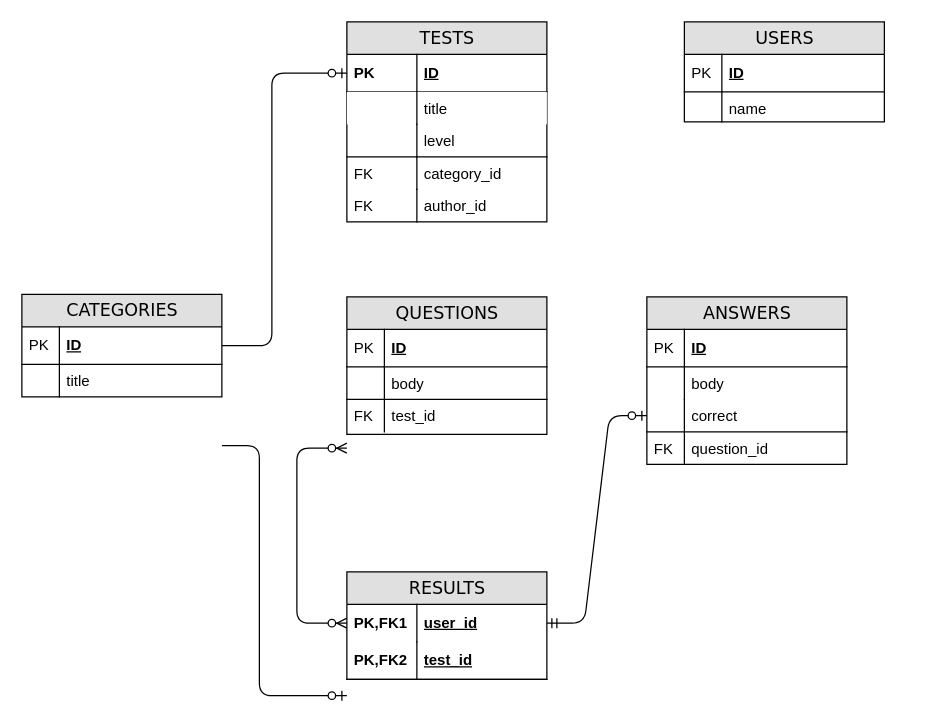
skvortsovvg/TestGuru keeps this draw.io diagram as public/Untitled Diagram.drawio. Above is the earlier version. Source tidied: cells renumbered, new cells numbered last; positions are measured from the earlier drawing's top-left corner, leaving out a move shared by most shapes. Both pictures are drawn from the tidied source at 125%, with x=0, y=0 at pixel (21, 21).
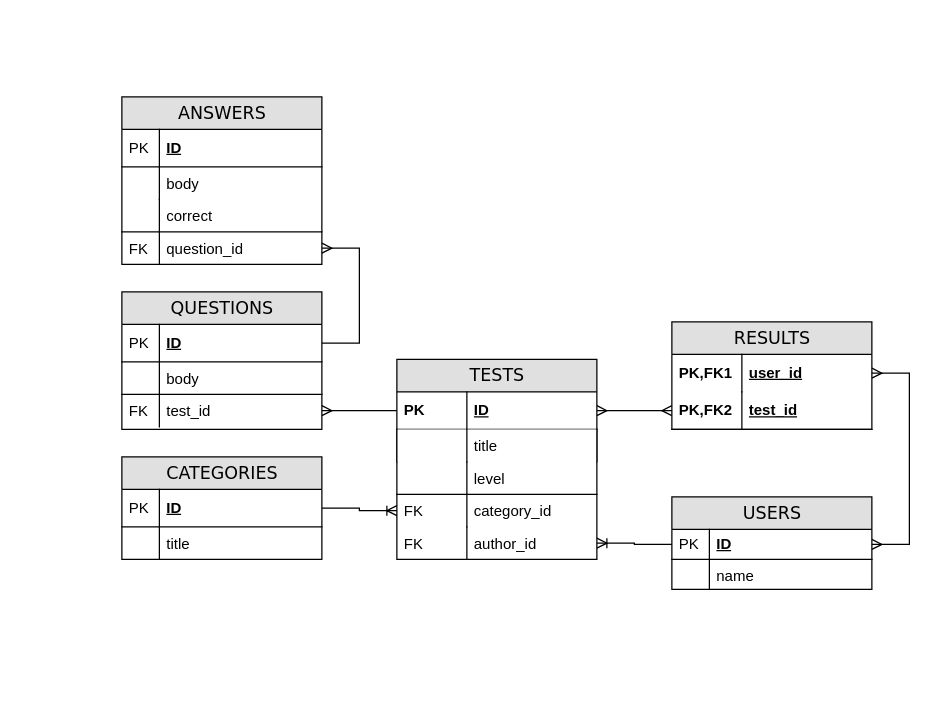
The same diagram, later.

Unchanged cells that the change refers to:
```xml
<mxCell id="3" value="ID" style="shape=partialRectangle;top=0;left=0;right=0;bottom=1;html=1;align=left;verticalAlign=middle;fillColor=none;spacingLeft=60;spacingRight=4;whiteSpace=wrap;overflow=hidden;points=[[0,0.5],[1,0.5]];portConstraint=eastwest;fontStyle=5;shadow=0;sketch=0;" parent="2" vertex="1">
  <mxGeometry y="26" width="160" height="30" as="geometry" />
</mxCell>
<mxCell id="9" value="category_id" style="shape=partialRectangle;top=0;left=0;right=0;bottom=0;html=1;align=left;verticalAlign=top;fillColor=none;spacingLeft=60;spacingRight=4;whiteSpace=wrap;overflow=hidden;points=[[0,0.5],[1,0.5]];portConstraint=eastwest;" parent="2" vertex="1">
  <mxGeometry y="108" width="160" height="26" as="geometry" />
</mxCell>
<mxCell id="11" value="author_id" style="shape=partialRectangle;top=0;left=0;right=0;bottom=0;html=1;align=left;verticalAlign=top;fillColor=none;spacingLeft=60;spacingRight=4;whiteSpace=wrap;overflow=hidden;points=[[0,0.5],[1,0.5]];portConstraint=eastwest;" parent="2" vertex="1">
  <mxGeometry y="134" width="160" height="26" as="geometry" />
</mxCell>
<mxCell id="19" value="ID" style="shape=partialRectangle;top=0;left=0;right=0;bottom=1;html=1;align=left;verticalAlign=middle;fillColor=none;spacingLeft=34;spacingRight=4;whiteSpace=wrap;overflow=hidden;points=[[0,0.5],[1,0.5]];portConstraint=eastwest;fontStyle=5;" parent="18" vertex="1">
  <mxGeometry y="26" width="160" height="30" as="geometry" />
</mxCell>
<mxCell id="23" value="test_id" style="shape=partialRectangle;top=1;left=0;right=0;bottom=0;html=1;align=left;verticalAlign=top;fillColor=none;spacingLeft=34;spacingRight=4;whiteSpace=wrap;overflow=hidden;points=[[0,0.5],[1,0.5]];portConstraint=eastwest;" parent="18" vertex="1">
  <mxGeometry y="82" width="160" height="26" as="geometry" />
</mxCell>
<mxCell id="30" value="correct&lt;br&gt;" style="shape=partialRectangle;top=0;left=0;right=0;bottom=0;html=1;align=left;verticalAlign=top;fillColor=none;spacingLeft=34;spacingRight=4;whiteSpace=wrap;overflow=hidden;points=[[0,0.5],[1,0.5]];portConstraint=eastwest;" parent="25" vertex="1">
  <mxGeometry y="82" width="160" height="26" as="geometry" />
</mxCell>
<mxCell id="32" value="question_id" style="shape=partialRectangle;top=1;left=0;right=0;bottom=0;html=1;align=left;verticalAlign=top;fillColor=none;spacingLeft=34;spacingRight=4;whiteSpace=wrap;overflow=hidden;points=[[0,0.5],[1,0.5]];portConstraint=eastwest;" parent="25" vertex="1">
  <mxGeometry y="108" width="160" height="26" as="geometry" />
</mxCell>
<mxCell id="35" value="user_id" style="shape=partialRectangle;top=0;left=0;right=0;bottom=0;html=1;align=left;verticalAlign=middle;fillColor=none;spacingLeft=60;spacingRight=4;whiteSpace=wrap;overflow=hidden;points=[[0,0.5],[1,0.5]];portConstraint=eastwest;fontStyle=5;" parent="34" vertex="1">
  <mxGeometry y="26" width="160" height="30" as="geometry" />
</mxCell>
<mxCell id="37" value="test_id" style="shape=partialRectangle;top=0;left=0;right=0;bottom=1;html=1;align=left;verticalAlign=middle;fillColor=none;spacingLeft=60;spacingRight=4;whiteSpace=wrap;overflow=hidden;points=[[0,0.5],[1,0.5]];portConstraint=eastwest;fontStyle=5;" parent="34" vertex="1">
  <mxGeometry y="56" width="160" height="30" as="geometry" />
</mxCell>
<mxCell id="42" value="ID" style="shape=partialRectangle;top=0;left=0;right=0;bottom=1;html=1;align=left;verticalAlign=middle;fillColor=none;spacingLeft=34;spacingRight=4;whiteSpace=wrap;overflow=hidden;points=[[0,0.5],[1,0.5]];portConstraint=eastwest;fontStyle=5;" parent="41" vertex="1">
  <mxGeometry y="26" width="160" height="30" as="geometry" />
</mxCell>
```

The edit, as a diff of the source:
```diff
@@
     <mxCell id="2" value="TESTS" style="swimlane;html=1;fontStyle=0;horizontal=1;startSize=26;fillColor=#e0e0e0;swimlaneFillColor=#ffffff;align=center;rounded=0;shadow=0;comic=0;labelBackgroundColor=none;strokeWidth=1;fontFamily=Verdana;fontSize=14;" parent="1" vertex="1">
-      <mxGeometry x="260" width="160" height="160" as="geometry" />
+      <mxGeometry x="300" y="270" width="160" height="160" as="geometry" />
     </mxCell>
@@
-    <mxCell id="5" value="title" style="shape=partialRectangle;top=0;left=0;right=0;bottom=0;html=1;align=left;verticalAlign=top;fillColor=default;spacingLeft=60;spacingRight=4;whiteSpace=wrap;overflow=hidden;strokeColor=default;" parent="2" vertex="1">
+    <mxCell id="5" value="title" style="shape=partialRectangle;top=0;left=1;right=1;bottom=0;html=1;align=left;verticalAlign=top;fillColor=default;spacingLeft=60;spacingRight=4;whiteSpace=wrap;overflow=hidden;strokeColor=default;" parent="2" vertex="1">
       <mxGeometry y="56" width="160" height="26" as="geometry" />
     </mxCell>
@@
     <mxCell id="13" value="USERS" style="swimlane;html=1;fontStyle=0;horizontal=1;startSize=26;fillColor=#e0e0e0;swimlaneFillColor=#ffffff;align=center;rounded=0;shadow=0;comic=0;labelBackgroundColor=none;strokeWidth=1;fontFamily=Verdana;fontSize=14;swimlaneLine=1;" parent="1" vertex="1">
-      <mxGeometry x="530" width="160" height="80" as="geometry" />
+      <mxGeometry x="520" y="380" width="160" height="74" as="geometry" />
     </mxCell>
     <mxCell id="14" value="ID" style="shape=partialRectangle;top=0;left=0;right=0;bottom=1;html=1;align=left;verticalAlign=middle;fillColor=none;spacingLeft=34;spacingRight=4;whiteSpace=wrap;overflow=hidden;points=[[0,0.5],[1,0.5]];portConstraint=eastwest;fontStyle=5;" parent="13" vertex="1">
-      <mxGeometry y="26" width="160" height="30" as="geometry" />
+      <mxGeometry y="26" width="160" height="24" as="geometry" />
     </mxCell>
     <mxCell id="15" value="PK" style="shape=partialRectangle;top=0;left=0;bottom=0;html=1;fillColor=none;align=left;verticalAlign=middle;spacingLeft=4;spacingRight=4;whiteSpace=wrap;overflow=hidden;" parent="14" vertex="1">
-      <mxGeometry width="30" height="30" as="geometry" />
+      <mxGeometry width="30" height="24" as="geometry" />
     </mxCell>
     <mxCell id="16" value="name" style="shape=partialRectangle;top=0;left=0;right=0;bottom=0;html=1;align=left;verticalAlign=top;fillColor=none;spacingLeft=34;spacingRight=4;whiteSpace=wrap;overflow=hidden;" parent="13" vertex="1">
-      <mxGeometry y="56" width="160" height="24" as="geometry" />
+      <mxGeometry y="50" width="160" height="24" as="geometry" />
     </mxCell>
@@
     <mxCell id="18" value="QUESTIONS" style="swimlane;html=1;fontStyle=0;horizontal=1;startSize=26;fillColor=#e0e0e0;swimlaneFillColor=#ffffff;align=center;rounded=0;shadow=0;comic=0;labelBackgroundColor=none;strokeWidth=1;fontFamily=Verdana;fontSize=14;" parent="1" vertex="1">
-      <mxGeometry x="260" y="220" width="160" height="110" as="geometry" />
+      <mxGeometry x="80" y="216" width="160" height="110" as="geometry" />
     </mxCell>
@@
     <mxCell id="25" value="ANSWERS" style="swimlane;html=1;fontStyle=0;horizontal=1;startSize=26;fillColor=#e0e0e0;swimlaneFillColor=#ffffff;align=center;rounded=0;shadow=0;comic=0;labelBackgroundColor=none;strokeWidth=1;fontFamily=Verdana;fontSize=14;" parent="1" vertex="1">
-      <mxGeometry x="500" y="220" width="160" height="134" as="geometry" />
+      <mxGeometry x="80" y="60" width="160" height="134" as="geometry" />
     </mxCell>
@@
     <mxCell id="34" value="RESULTS" style="swimlane;html=1;fontStyle=0;horizontal=1;startSize=26;fillColor=#e0e0e0;swimlaneFillColor=#ffffff;align=center;rounded=0;shadow=0;comic=0;labelBackgroundColor=none;strokeWidth=1;fontFamily=Verdana;fontSize=14;" parent="1" vertex="1">
-      <mxGeometry x="260" y="440" width="160" height="86" as="geometry" />
+      <mxGeometry x="520" y="240" width="160" height="86" as="geometry" />
     </mxCell>
@@
-    <mxCell id="39" style="edgeStyle=orthogonalEdgeStyle;html=1;endArrow=ERzeroToMany;endFill=1;startArrow=ERzeroToMany;labelBackgroundColor=none;fontFamily=Verdana;fontSize=14;entryX=0;entryY=0.5;exitX=0;exitY=0.5;" parent="1" edge="1" source="35">
-      <mxGeometry relative="1" as="geometry">
-        <mxPoint x="260" y="341" as="targetPoint" />
-        <Array as="points">
-          <mxPoint x="220" y="481" />
-          <mxPoint x="220" y="341" />
-        </Array>
-      </mxGeometry>
-    </mxCell>
-    <mxCell id="40" style="edgeStyle=entityRelationEdgeStyle;html=1;endArrow=ERzeroToOne;startArrow=ERmandOne;labelBackgroundColor=none;fontFamily=Verdana;fontSize=14;exitX=1;exitY=0.5;entryX=0;entryY=0.5;" parent="1" edge="1" source="35" target="30">
-      <mxGeometry relative="1" as="geometry" />
-    </mxCell>
     <mxCell id="41" value="CATEGORIES" style="swimlane;html=1;fontStyle=0;horizontal=1;startSize=26;fillColor=#e0e0e0;swimlaneFillColor=#ffffff;align=center;rounded=0;shadow=0;comic=0;labelBackgroundColor=none;strokeWidth=1;fontFamily=Verdana;fontSize=14;" parent="1" vertex="1">
-      <mxGeometry y="218" width="160" height="82" as="geometry" />
+      <mxGeometry x="80" y="348" width="160" height="82" as="geometry" />
     </mxCell>
@@
-    <mxCell id="46" style="edgeStyle=orthogonalEdgeStyle;html=1;endArrow=ERzeroToOne;endFill=1;labelBackgroundColor=none;fontFamily=Verdana;fontSize=14;entryX=0;entryY=0.5;exitX=1;exitY=0.5;" parent="1" edge="1" source="42" target="3">
-      <mxGeometry relative="1" as="geometry">
-        <Array as="points">
-          <mxPoint x="200" y="259" />
-          <mxPoint x="200" y="41" />
-        </Array>
-      </mxGeometry>
-    </mxCell>
-    <mxCell id="47" style="edgeStyle=orthogonalEdgeStyle;html=1;endArrow=ERzeroToOne;endFill=1;labelBackgroundColor=none;fontFamily=Verdana;fontSize=14;entryX=0;entryY=0.5;exitX=1;exitY=0.5;" parent="1" edge="1">
-      <mxGeometry relative="1" as="geometry">
-        <mxPoint x="160" y="339" as="sourcePoint" />
-        <mxPoint x="260" y="539" as="targetPoint" />
-        <Array as="points">
-          <mxPoint x="190" y="339" />
-          <mxPoint x="190" y="539" />
-        </Array>
-      </mxGeometry>
-    </mxCell>
+    <mxCell id="48" style="edgeStyle=entityRelationEdgeStyle;fontSize=12;html=1;endArrow=ERmany;startArrow=ERmany;rounded=0;" parent="1" edge="1" source="35" target="14">
+      <mxGeometry relative="1" as="geometry" />
+    </mxCell>
+    <mxCell id="49" style="edgeStyle=entityRelationEdgeStyle;fontSize=12;html=1;endArrow=ERoneToMany;rounded=0;exitX=0;exitY=0.5;exitDx=0;exitDy=0;entryX=1;entryY=0.5;entryDx=0;entryDy=0;" parent="1" edge="1" source="14" target="11">
+      <mxGeometry relative="1" as="geometry" />
+    </mxCell>
+    <mxCell id="50" style="edgeStyle=entityRelationEdgeStyle;fontSize=12;html=1;endArrow=ERoneToMany;rounded=0;exitX=1;exitY=0.5;exitDx=0;exitDy=0;" parent="1" edge="1" source="42" target="9">
+      <mxGeometry relative="1" as="geometry" />
+    </mxCell>
+    <mxCell id="51" style="edgeStyle=entityRelationEdgeStyle;fontSize=12;html=1;endArrow=ERmany;rounded=0;" parent="1" edge="1" source="3" target="23">
+      <mxGeometry relative="1" as="geometry" />
+    </mxCell>
+    <mxCell id="52" style="edgeStyle=entityRelationEdgeStyle;fontSize=12;html=1;endArrow=ERmany;startArrow=ERmany;rounded=0;" parent="1" edge="1" source="3" target="37">
+      <mxGeometry relative="1" as="geometry" />
+    </mxCell>
+    <mxCell id="53" style="edgeStyle=entityRelationEdgeStyle;fontSize=12;html=1;endArrow=ERmany;rounded=0;" parent="1" edge="1" source="19" target="32">
+      <mxGeometry relative="1" as="geometry" />
+    </mxCell>
```
